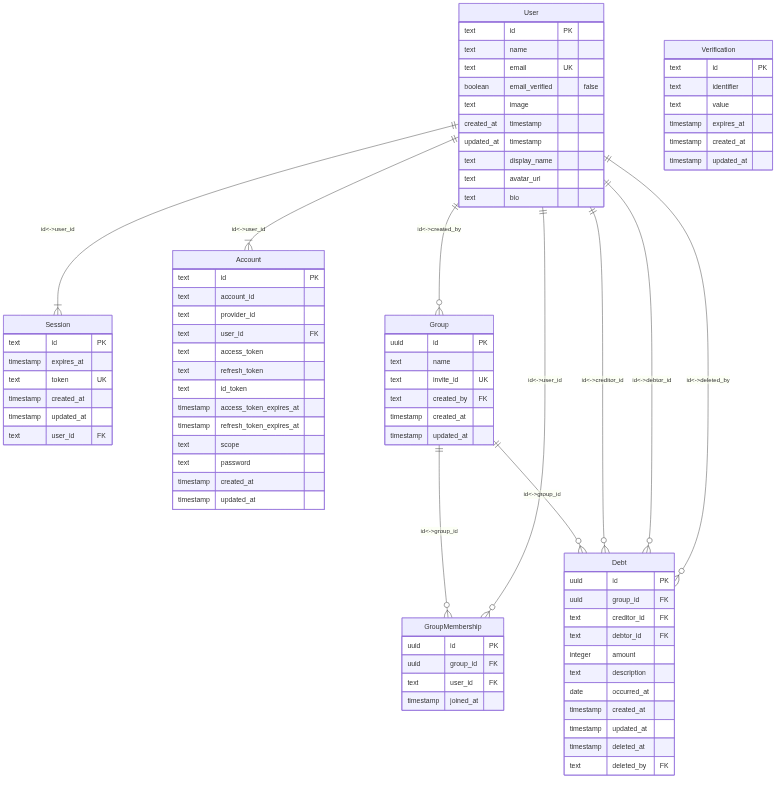
Above: assets/er.png in Pay-Crew/pay-crew2 (Mermaid), before the change. Its source is kept beside it as assets/er.mmd.
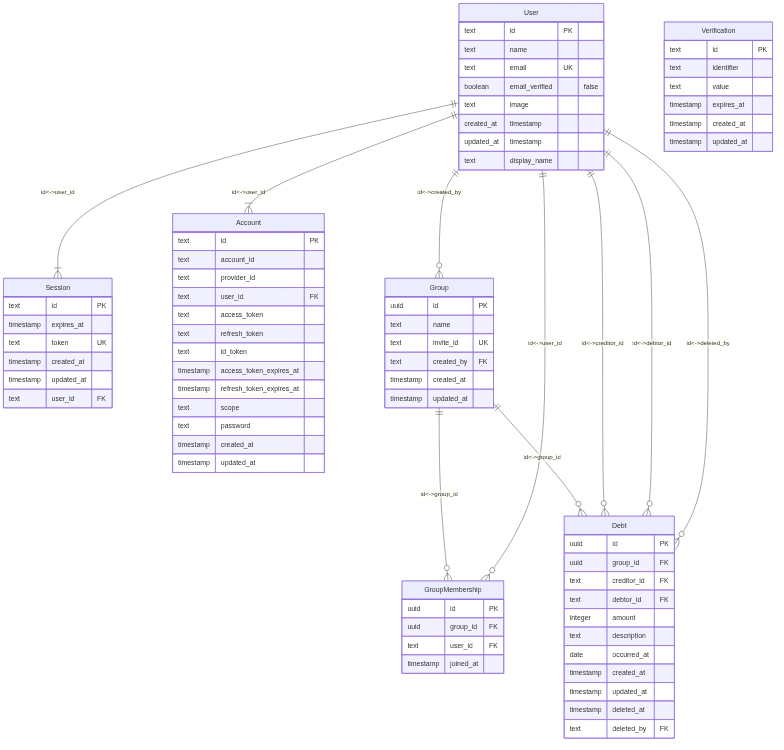
Later version of the same file.

What changed in the source:
```diff
@@ -9,8 +9,6 @@
         updated_at timestamp
 
         text display_name
-        text avatar_url
-        text bio
     }
 
     Session {
```
